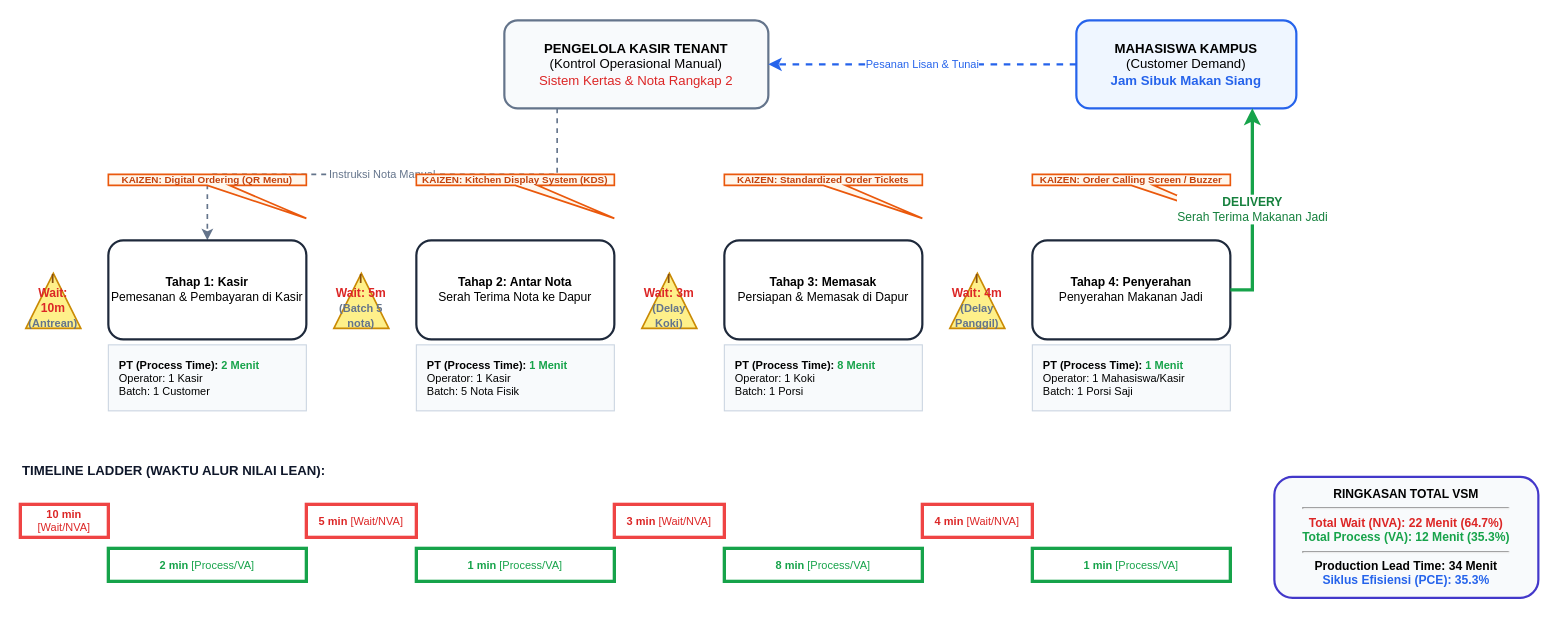
Above: public/vsm_quickbite_for_lucidchart.drawio in Belvatd/bpm-chart (draw.io), before the change. Source tidied: cells renumbered, new cells numbered last; positions are measured from the earlier drawing's top-left corner, leaving out a move shared by most shapes. Both pictures are drawn from the tidied source at 110%, with x=0, y=0 at pixel (20, 20).
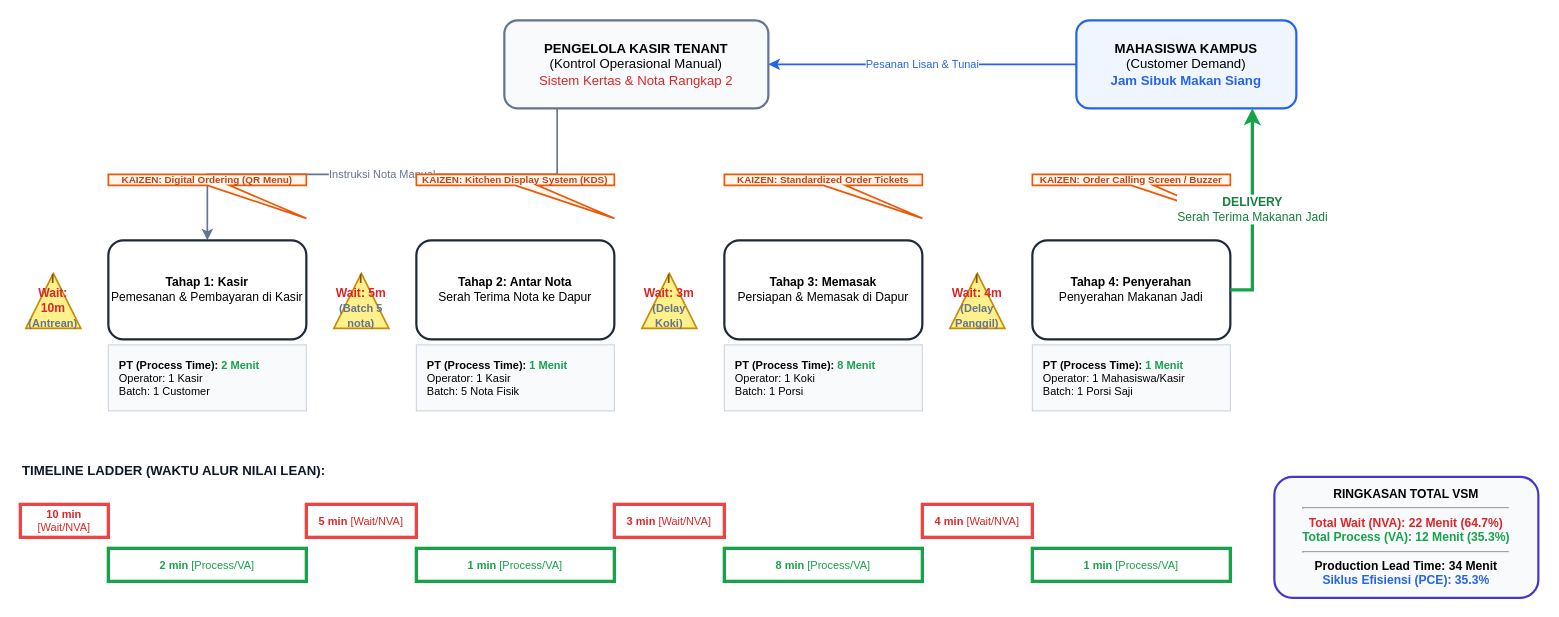
After the change.

Commit message (it also covers changes not shown here):
fix(vsm): correct manual information flow to thin solid line per VSM standard

Unchanged cells that the change refers to:
```xml
<mxCell id="2" value="&lt;b&gt;MAHASISWA KAMPUS&lt;/b&gt;&lt;br&gt;(Customer Demand)&lt;br&gt;&lt;font color=&quot;#2563eb&quot;&gt;&lt;b&gt;Jam Sibuk Makan Siang&lt;/b&gt;&lt;/font&gt;" style="rounded=1;whiteSpace=wrap;html=1;fillColor=#eff6ff;strokeColor=#2563eb;strokeWidth=2;fontSize=12;verticalAlign=middle;" parent="1" vertex="1">
  <mxGeometry x="960" width="200" height="80" as="geometry" />
</mxCell>
<mxCell id="3" value="&lt;b&gt;PENGELOLA KASIR TENANT&lt;/b&gt;&lt;br&gt;(Kontrol Operasional Manual)&lt;br&gt;&lt;font color=&quot;#dc2626&quot;&gt;Sistem Kertas &amp;amp; Nota Rangkap 2&lt;/font&gt;" style="rounded=1;whiteSpace=wrap;html=1;fillColor=#f8fafc;strokeColor=#64748b;strokeWidth=2;fontSize=12;verticalAlign=middle;" parent="1" vertex="1">
  <mxGeometry x="440" width="240" height="80" as="geometry" />
</mxCell>
<mxCell id="7" value="&lt;b&gt;Tahap 1: Kasir&lt;/b&gt;&lt;br&gt;Pemesanan &amp;amp; Pembayaran di Kasir" style="rounded=1;whiteSpace=wrap;html=1;fillColor=#ffffff;strokeColor=#1e293b;strokeWidth=2;fontSize=11;" parent="1" vertex="1">
  <mxGeometry x="80" y="200" width="180" height="90" as="geometry" />
</mxCell>
```

What changed in the source:
```diff
@@
-    <mxCell id="4" value="Pesanan Lisan &amp;amp; Tunai" style="edgeStyle=orthogonalEdgeStyle;rounded=0;jettySize=auto;html=1;dashed=1;strokeColor=#2563eb;strokeWidth=2;fontSize=10;fontColor=#2563eb;exitX=0;exitY=0.5;exitDx=0;exitDy=0;entryX=1;entryY=0.5;entryDx=0;entryDy=0;" parent="1" edge="1" source="2" target="3">
+    <mxCell id="4" value="Pesanan Lisan &amp;amp; Tunai" style="edgeStyle=orthogonalEdgeStyle;rounded=0;jettySize=auto;html=1;strokeColor=#2563eb;strokeWidth=1.5;fontSize=10;fontColor=#2563eb;exitX=0;exitY=0.5;exitDx=0;exitDy=0;entryX=1;entryY=0.5;entryDx=0;entryDy=0;" parent="1" edge="1" source="2" target="3">
       <mxGeometry relative="1" as="geometry" />
     </mxCell>
-    <mxCell id="5" value="Instruksi Nota Manual" style="edgeStyle=orthogonalEdgeStyle;rounded=0;jettySize=auto;html=1;dashed=1;strokeColor=#64748b;strokeWidth=1.5;fontSize=10;fontColor=#64748b;exitX=0.2;exitY=1;exitDx=0;exitDy=0;entryX=0.5;entryY=0;entryDx=0;entryDy=0;" parent="1" edge="1" source="3" target="7">
+    <mxCell id="5" value="Instruksi Nota Manual" style="edgeStyle=orthogonalEdgeStyle;rounded=0;jettySize=auto;html=1;strokeColor=#64748b;strokeWidth=1.5;fontSize=10;fontColor=#64748b;exitX=0.2;exitY=1;exitDx=0;exitDy=0;entryX=0.5;entryY=0;entryDx=0;entryDy=0;" parent="1" edge="1" source="3" target="7">
       <mxGeometry relative="1" as="geometry" />
     </mxCell>
```
